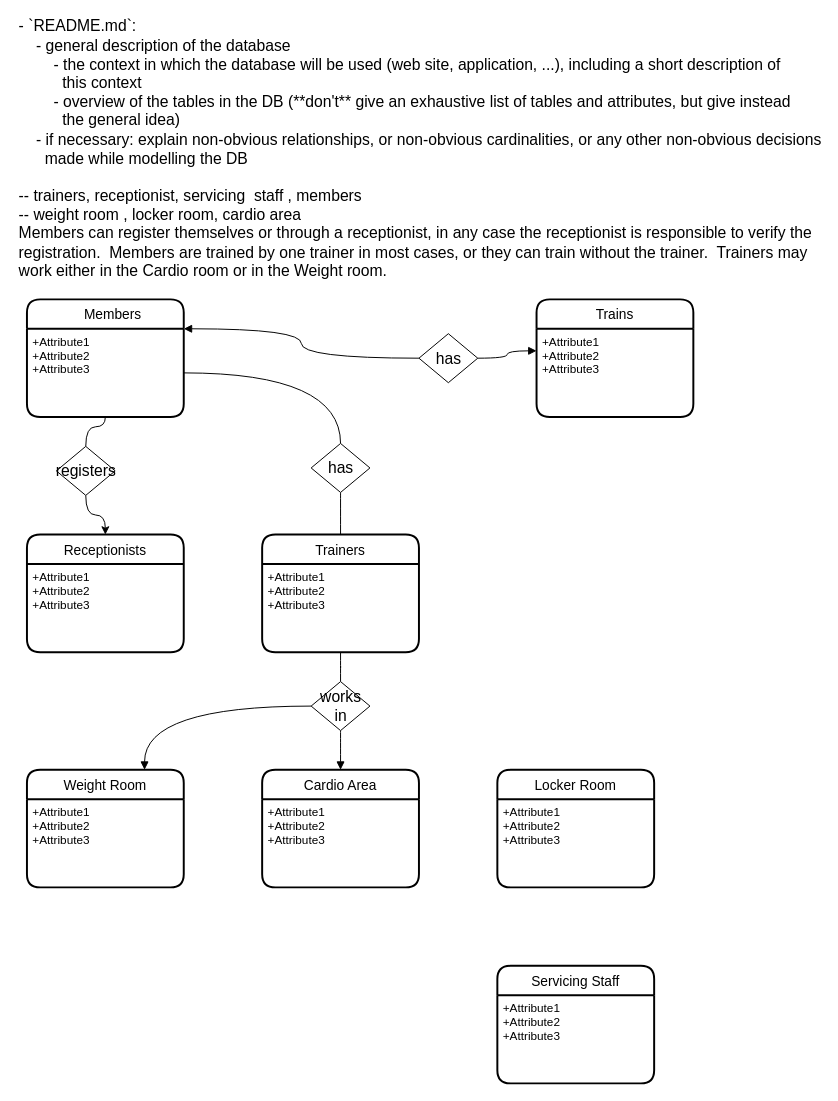
Earlier version of the draw.io diagram Gym.drawio (gituser514/Diagram). Source tidied: cells renumbered, new cells numbered last; positions are measured from the earlier drawing's top-left corner, leaving out a move shared by most shapes. Both pictures are drawn from the tidied source at 98%, with x=0, y=0 at pixel (17, 69).
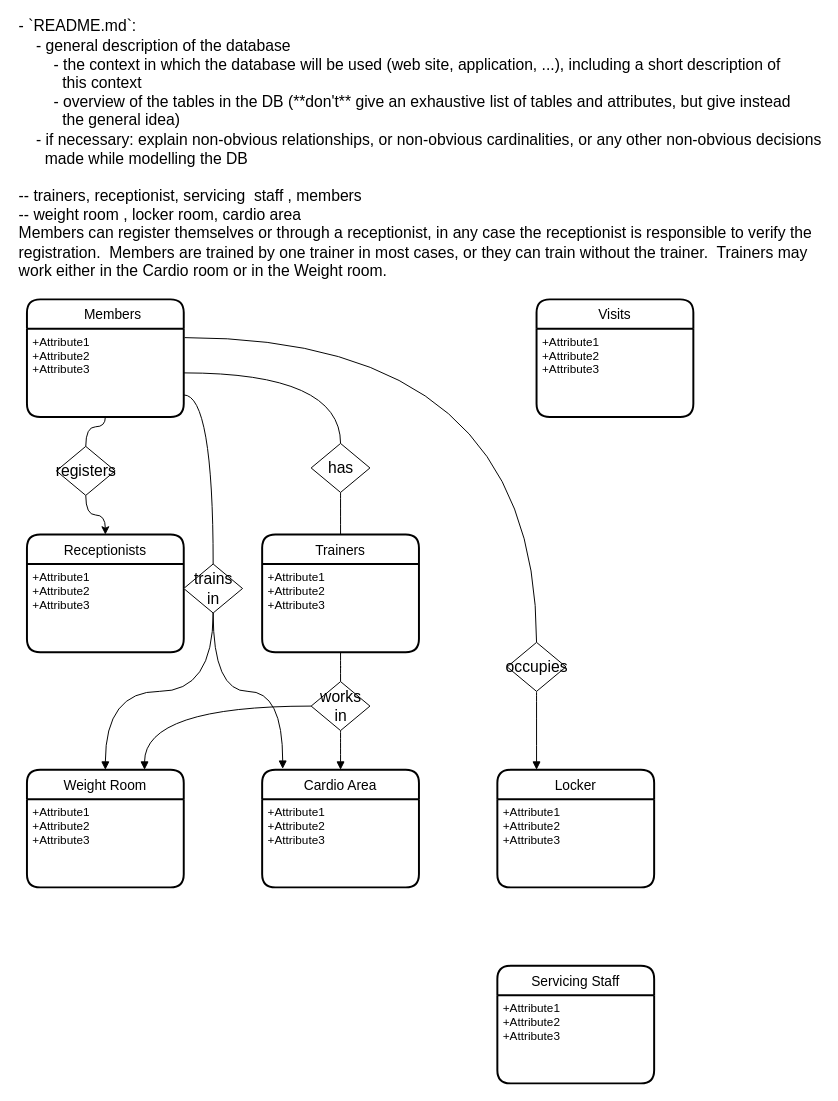
The same page after the edit.

The change refers to these unchanged cells:
```xml
<mxCell id="2" value="    Members" style="swimlane;horizontal=1;startSize=30;rounded=1;fontSize=14;fontStyle=0;strokeWidth=2;shadow=0;dashed=0;align=center;" parent="1" vertex="1">
  <mxGeometry x="10" y="235" width="160" height="120" as="geometry" />
</mxCell>
<mxCell id="3" value="+Attribute1&#10;+Attribute2&#10;+Attribute3" style="align=left;strokeColor=none;fillColor=none;spacingLeft=4;fontSize=12;verticalAlign=top;" parent="2" vertex="1">
  <mxGeometry y="30" width="160" height="90" as="geometry" />
</mxCell>
<mxCell id="11" value="Cardio Area" style="swimlane;horizontal=1;startSize=30;rounded=1;fontSize=14;fontStyle=0;strokeWidth=2;shadow=0;dashed=0;align=center;" parent="1" vertex="1">
  <mxGeometry x="250" y="715" width="160" height="120" as="geometry" />
</mxCell>
<mxCell id="15" value="Weight Room" style="swimlane;horizontal=1;startSize=30;rounded=1;fontSize=14;fontStyle=0;strokeWidth=2;shadow=0;dashed=0;align=center;" parent="1" vertex="1">
  <mxGeometry x="10" y="715" width="160" height="120" as="geometry" />
</mxCell>
```

Change to the diagram source:
```diff
@@
-    <mxCell id="13" value="Locker Room" style="swimlane;horizontal=1;startSize=30;rounded=1;fontSize=14;fontStyle=0;strokeWidth=2;shadow=0;dashed=0;align=center;" parent="1" vertex="1">
+    <mxCell id="13" value="Locker " style="swimlane;horizontal=1;startSize=30;rounded=1;fontSize=14;fontStyle=0;strokeWidth=2;shadow=0;dashed=0;align=center;" parent="1" vertex="1">
       <mxGeometry x="490" y="715" width="160" height="120" as="geometry" />
     </mxCell>
@@
-    <mxCell id="27" value="Trains" style="swimlane;horizontal=1;startSize=30;rounded=1;fontSize=14;fontStyle=0;strokeWidth=2;shadow=0;dashed=0;align=center;" parent="1" vertex="1">
-      <mxGeometry x="530" y="235" width="160" height="120" as="geometry" />
-    </mxCell>
-    <mxCell id="28" value="+Attribute1&#10;+Attribute2&#10;+Attribute3" style="align=left;strokeColor=none;fillColor=none;spacingLeft=4;fontSize=12;verticalAlign=top;" parent="27" vertex="1">
-      <mxGeometry y="30" width="160" height="90" as="geometry" />
-    </mxCell>
-    <mxCell id="29" style="edgeStyle=orthogonalEdgeStyle;curved=1;rounded=0;jettySize=auto;html=1;entryX=1;entryY=0.25;entryDx=0;entryDy=0;fontSize=16;startArrow=none;startFill=0;endArrow=block;endFill=1;" parent="1" edge="1" source="31" target="2">
+    <mxCell id="29" style="edgeStyle=orthogonalEdgeStyle;curved=1;rounded=0;jettySize=auto;html=1;entryX=1;entryY=0.75;entryDx=0;entryDy=0;fontSize=16;startArrow=none;startFill=0;endArrow=none;endFill=0;" parent="1" edge="1" source="31" target="3">
       <mxGeometry relative="1" as="geometry" />
     </mxCell>
-    <mxCell id="30" style="edgeStyle=orthogonalEdgeStyle;curved=1;rounded=0;jettySize=auto;html=1;entryX=0;entryY=0.25;entryDx=0;entryDy=0;fontSize=16;startArrow=none;startFill=0;endArrow=block;endFill=1;" parent="1" edge="1" source="31" target="28">
+    <mxCell id="30" style="edgeStyle=orthogonalEdgeStyle;curved=1;rounded=0;jettySize=auto;html=1;entryX=0.5;entryY=0;entryDx=0;entryDy=0;fontSize=16;startArrow=none;startFill=0;endArrow=block;endFill=1;" parent="1" edge="1" source="31" target="15">
       <mxGeometry relative="1" as="geometry" />
     </mxCell>
+    <mxCell id="32" style="edgeStyle=orthogonalEdgeStyle;curved=1;rounded=0;jettySize=auto;html=1;entryX=0.131;entryY=-0.008;entryDx=0;entryDy=0;entryPerimeter=0;fontSize=16;startArrow=none;startFill=0;endArrow=block;endFill=1;exitX=0.5;exitY=1;exitDx=0;exitDy=0;" parent="1" edge="1" source="31" target="11">
+      <mxGeometry relative="1" as="geometry" />
+    </mxCell>
-    <mxCell id="31" value="has" style="shape=rhombus;html=1;dashed=0;whitespace=wrap;perimeter=rhombusPerimeter;fontSize=16;" parent="1" vertex="1">
-      <mxGeometry x="410" y="270" width="60" height="50" as="geometry" />
+    <mxCell id="31" value="&lt;div&gt;trains &lt;br&gt;&lt;/div&gt;&lt;div&gt;in &lt;/div&gt;" style="shape=rhombus;html=1;dashed=0;whitespace=wrap;perimeter=rhombusPerimeter;fontSize=16;" parent="1" vertex="1">
+      <mxGeometry x="170" y="505" width="60" height="50" as="geometry" />
     </mxCell>
+    <mxCell id="33" value="Visits" style="swimlane;horizontal=1;startSize=30;rounded=1;fontSize=14;fontStyle=0;strokeWidth=2;shadow=0;dashed=0;align=center;" parent="1" vertex="1">
+      <mxGeometry x="530" y="235" width="160" height="120" as="geometry" />
+    </mxCell>
+    <mxCell id="28" value="+Attribute1&#10;+Attribute2&#10;+Attribute3" style="align=left;strokeColor=none;fillColor=none;spacingLeft=4;fontSize=12;verticalAlign=top;" parent="33" vertex="1">
+      <mxGeometry y="30" width="160" height="90" as="geometry" />
+    </mxCell>
+    <mxCell id="34" style="edgeStyle=orthogonalEdgeStyle;curved=1;rounded=0;jettySize=auto;html=1;fontSize=16;startArrow=none;startFill=0;endArrow=block;endFill=1;entryX=0.25;entryY=0;entryDx=0;entryDy=0;" parent="1" edge="1" source="36" target="13">
+      <mxGeometry relative="1" as="geometry" />
+    </mxCell>
+    <mxCell id="35" style="edgeStyle=orthogonalEdgeStyle;curved=1;rounded=0;jettySize=auto;html=1;entryX=1.006;entryY=0.1;entryDx=0;entryDy=0;entryPerimeter=0;fontSize=16;startArrow=none;startFill=0;endArrow=none;endFill=0;" parent="1" edge="1" source="36" target="3">
+      <mxGeometry relative="1" as="geometry">
+        <Array as="points">
+          <mxPoint x="530" y="274" />
+        </Array>
+      </mxGeometry>
+    </mxCell>
+    <mxCell id="36" value="occupies " style="shape=rhombus;html=1;dashed=0;whitespace=wrap;perimeter=rhombusPerimeter;fontSize=16;" parent="1" vertex="1">
+      <mxGeometry x="500" y="585" width="60" height="50" as="geometry" />
+    </mxCell>
```
